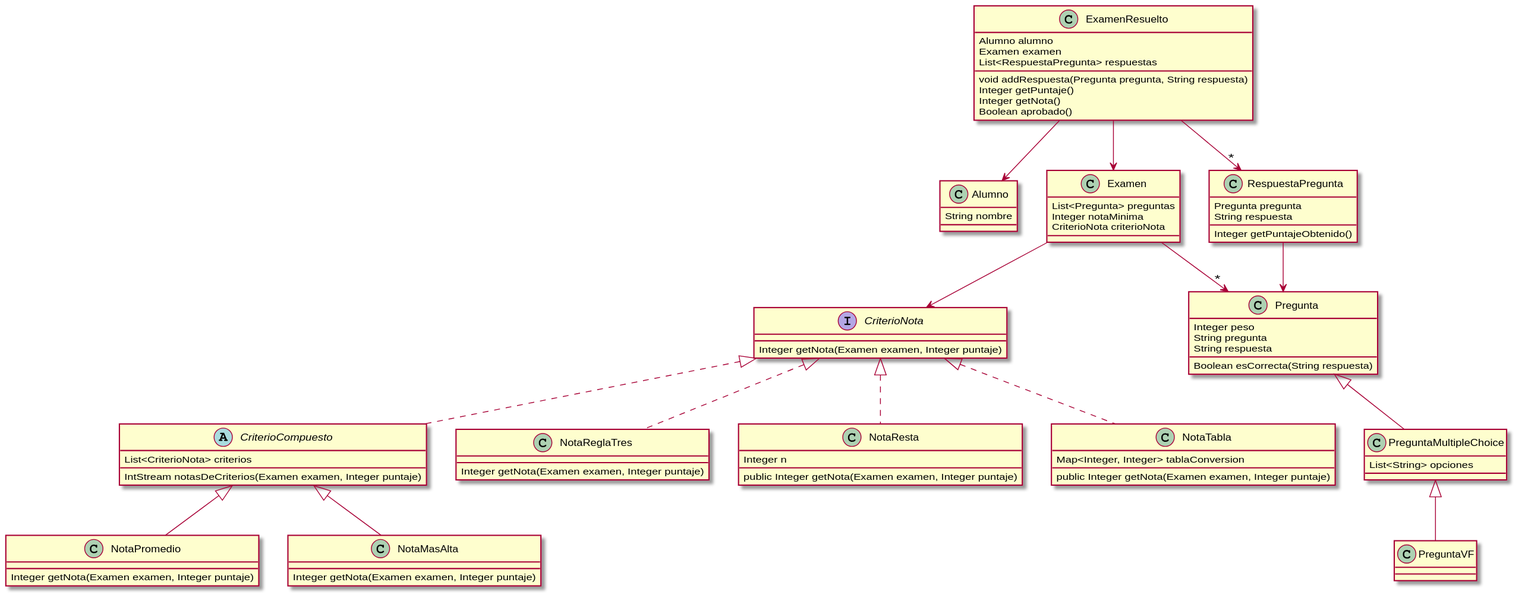
Above: Diagrama de clases.svg in jaks97/DdS-Corrector-de-examenes (PlantUML), before the change.
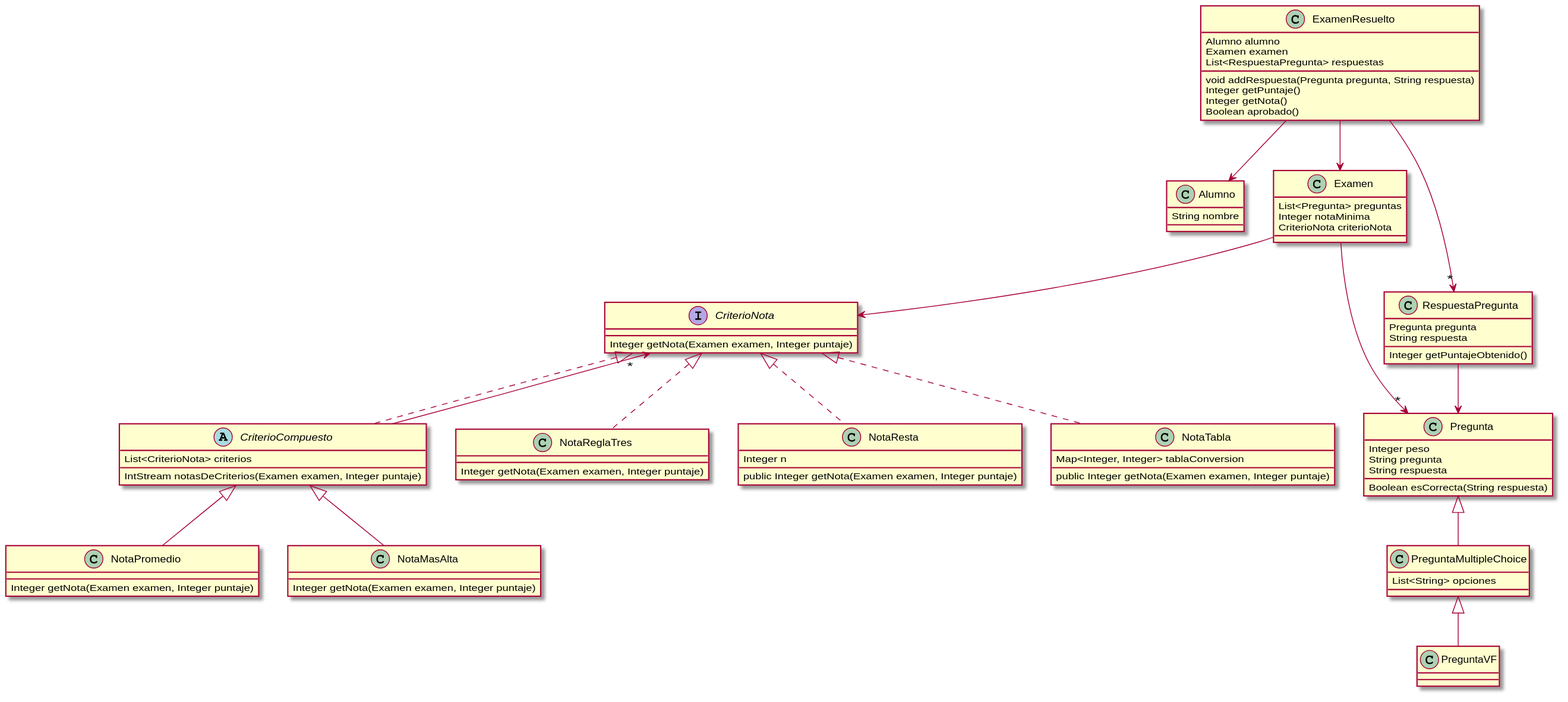
The same diagram one commit later.

Commit message:
Fix diagrama de clases

Diff of the diagram source:
```diff
@@ -71,10 +71,9 @@
     String respuesta
     Integer getPuntajeObtenido()
 }
-
-
-Examen --> "*"Pregunta
+Examen ---> "*"Pregunta
 Examen --> CriterioNota
+CriterioCompuesto --> "*"CriterioNota
 ExamenResuelto --> Alumno
 ExamenResuelto --> Examen
 ExamenResuelto --> "*"RespuestaPregunta
```
